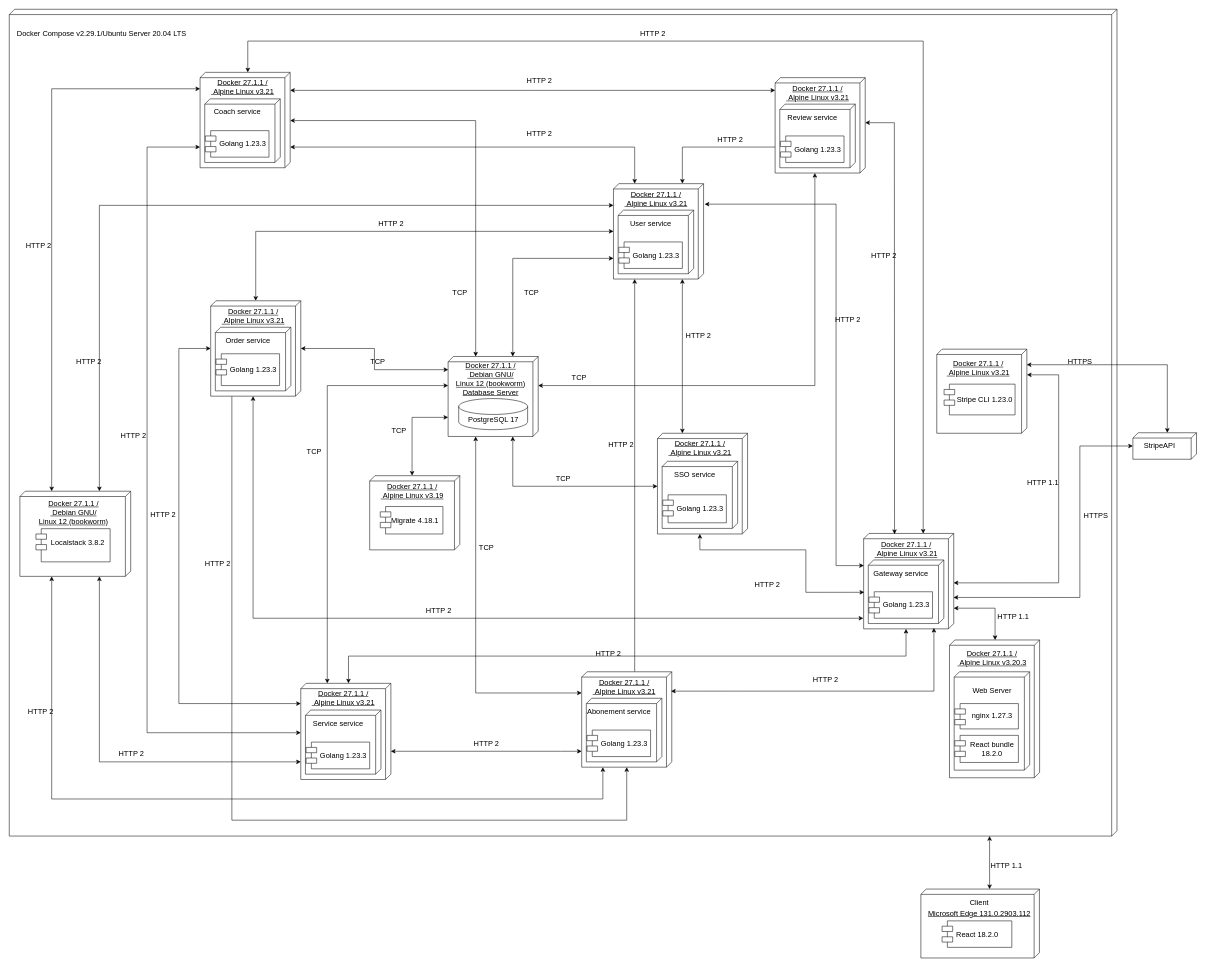
Earlier version of the draw.io diagram doc/final.drawio (DanKo-code/Fitness-Center-Mono). Source tidied: cells renumbered, new cells numbered last; positions are measured from the earlier drawing's top-left corner, leaving out a move shared by most shapes. Both pictures are drawn from the tidied source at 53%, with x=0, y=0 at pixel (9, 9).
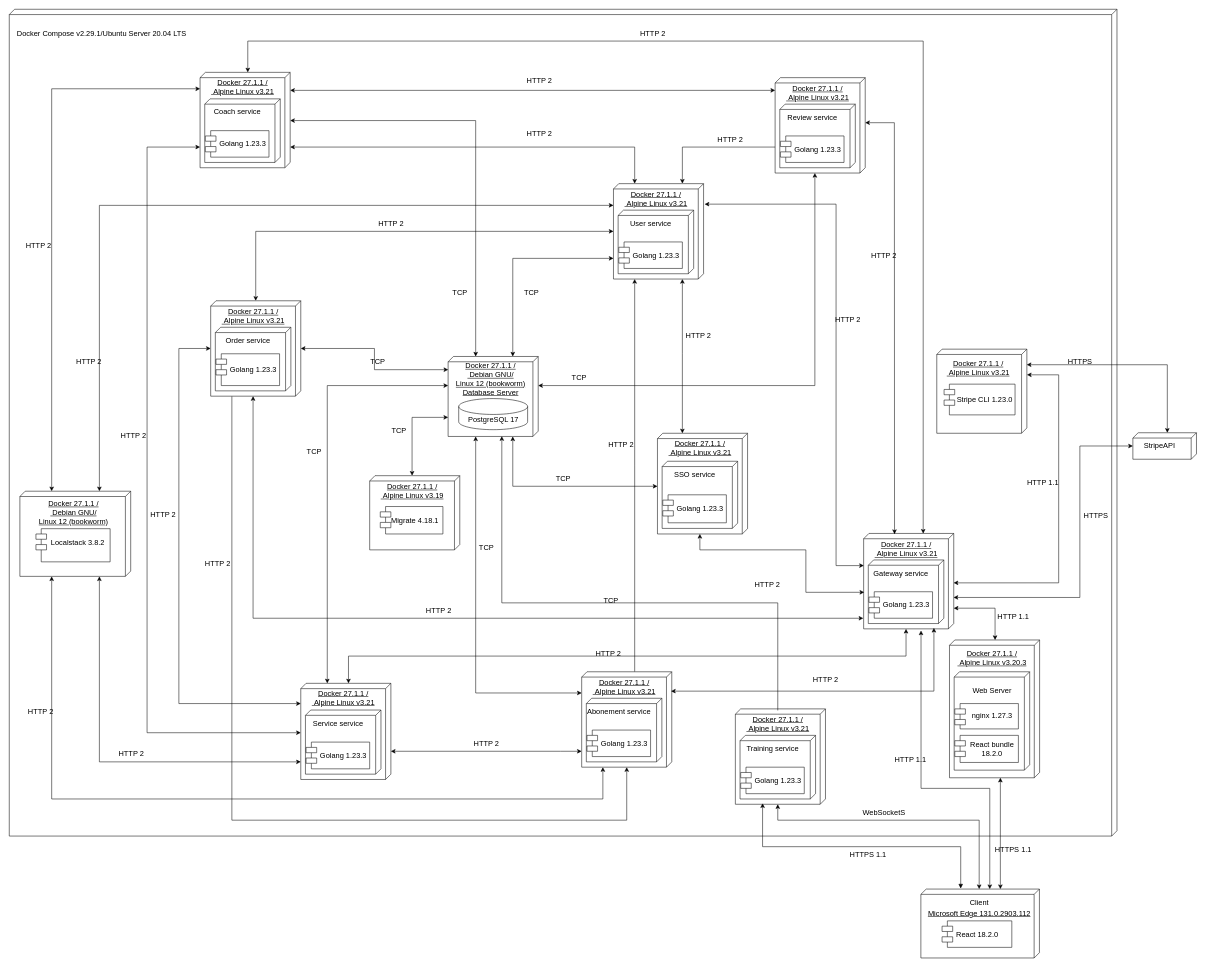
The same page after the edit.

The change refers to these unchanged cells:
```xml
<mxCell id="2" style="verticalAlign=top;align=left;spacingTop=8;spacingLeft=2;spacingRight=12;shape=cube;size=10;direction=south;fontStyle=4;html=1;whiteSpace=wrap;fontSize=14;" parent="1" vertex="1">
  <mxGeometry width="2090" height="1560" as="geometry" />
</mxCell>
<mxCell id="13" style="verticalAlign=top;align=left;spacingTop=8;spacingLeft=2;spacingRight=12;shape=cube;size=10;direction=south;fontStyle=4;html=1;whiteSpace=wrap;fontSize=14;" parent="12" vertex="1">
  <mxGeometry width="223.7" height="130" as="geometry" />
</mxCell>
<mxCell id="78" style="verticalAlign=top;align=left;spacingTop=8;spacingLeft=2;spacingRight=12;shape=cube;size=10;direction=south;fontStyle=4;html=1;whiteSpace=wrap;fontSize=14;" parent="77" vertex="1">
  <mxGeometry width="170" height="150.9" as="geometry" />
</mxCell>
<mxCell id="124" style="verticalAlign=top;align=left;spacingTop=8;spacingLeft=2;spacingRight=12;shape=cube;size=10;direction=south;fontStyle=4;html=1;whiteSpace=wrap;fontSize=14;" parent="123" vertex="1">
  <mxGeometry width="170" height="180" as="geometry" />
</mxCell>
```

The edit, as a diff of the source:
```diff
@@
-    <mxCell id="75" style="endArrow=classic;startArrow=classic;html=1;rounded=0;edgeStyle=orthogonalEdgeStyle;exitX=1;exitY=0.115;exitDx=0;exitDy=0;exitPerimeter=0;fontSize=14;" parent="1" edge="1" source="2" target="13">
+    <mxCell id="75" style="endArrow=classic;startArrow=classic;html=1;rounded=0;edgeStyle=orthogonalEdgeStyle;fontSize=14;" parent="1" edge="1" target="13">
       <mxGeometry relative="1" as="geometry">
+        <mxPoint x="1870" y="1450" as="sourcePoint" />
         <Array as="points">
-          <mxPoint x="1841" y="1780" />
-          <mxPoint x="1841" y="1780" />
+          <mxPoint x="1870" y="1450" />
         </Array>
       </mxGeometry>
     </mxCell>
@@
-    <mxCell id="173" value="&lt;span&gt;HTTP 1.1&lt;/span&gt;" style="text;html=1;align=center;verticalAlign=middle;strokeColor=none;fillColor=none;fontSize=14;" parent="1" vertex="1">
-      <mxGeometry x="1841" y="1600" width="80" height="30" as="geometry" />
+    <mxCell id="173" value="&lt;span&gt;HTTPS 1.1&lt;/span&gt;" style="text;html=1;align=center;verticalAlign=middle;strokeColor=none;fillColor=none;fontSize=14;" parent="1" vertex="1">
+      <mxGeometry x="1849" y="1570" width="90" height="30" as="geometry" />
     </mxCell>
@@
+    <mxCell id="176" style="group;fontSize=14;" parent="1" vertex="1">
+      <mxGeometry x="1370" y="1320" width="200" height="180" as="geometry" />
+    </mxCell>
+    <mxCell id="177" style="verticalAlign=top;align=left;spacingTop=8;spacingLeft=2;spacingRight=12;shape=cube;size=10;direction=south;fontStyle=4;html=1;whiteSpace=wrap;fontSize=14;" parent="176" vertex="1">
+      <mxGeometry width="170" height="180" as="geometry" />
+    </mxCell>
+    <mxCell id="178" value="&lt;font&gt;&lt;u&gt;Docker 27.1.1 /&lt;/u&gt;&lt;/font&gt;&lt;div&gt;&lt;font&gt;&lt;u&gt;&amp;nbsp;Alpine Linux v3.21&lt;/u&gt;&lt;/font&gt;&lt;/div&gt;" style="text;html=1;align=center;verticalAlign=middle;points=[];strokeColor=none;fillColor=none;fontSize=14;" parent="176" vertex="1">
+      <mxGeometry x="10" y="3" width="140" height="50" as="geometry" />
+    </mxCell>
+    <mxCell id="179" style="verticalAlign=top;align=left;spacingTop=8;spacingLeft=2;spacingRight=12;shape=cube;size=10;direction=south;fontStyle=4;html=1;whiteSpace=wrap;fontSize=14;" parent="176" vertex="1">
+      <mxGeometry x="8.8" y="50" width="142.5" height="120" as="geometry" />
+    </mxCell>
+    <mxCell id="180" value="&lt;font&gt;Training service&lt;/font&gt;" style="text;html=1;align=center;verticalAlign=middle;strokeColor=none;fillColor=none;fontSize=14;" parent="176" vertex="1">
+      <mxGeometry x="10" y="60" width="120" height="30" as="geometry" />
+    </mxCell>
+    <mxCell id="181" style="shape=module;align=left;spacingLeft=20;align=center;verticalAlign=top;whiteSpace=wrap;html=1;fontSize=14;" parent="176" vertex="1">
+      <mxGeometry x="10" y="110" width="120" height="50" as="geometry" />
+    </mxCell>
+    <mxCell id="182" value="&lt;font&gt;Golang 1.23.3&lt;/font&gt;" style="text;html=1;align=center;verticalAlign=middle;strokeColor=none;fillColor=none;fontSize=14;" parent="176" vertex="1">
+      <mxGeometry x="25" y="120" width="110" height="30" as="geometry" />
+    </mxCell>
+    <mxCell id="183" style="edgeStyle=orthogonalEdgeStyle;rounded=0;jettySize=auto;html=1;entryX=0.997;entryY=0.404;entryDx=0;entryDy=0;entryPerimeter=0;" parent="1" edge="1" source="178" target="78">
+      <mxGeometry relative="1" as="geometry">
+        <Array as="points">
+          <mxPoint x="1450" y="1120" />
+          <mxPoint x="930" y="1120" />
+          <mxPoint x="930" y="806" />
+        </Array>
+      </mxGeometry>
+    </mxCell>
+    <mxCell id="184" value="&lt;font&gt;TCP&lt;/font&gt;" style="text;html=1;align=center;verticalAlign=middle;strokeColor=none;fillColor=none;fontSize=14;" parent="1" vertex="1">
+      <mxGeometry x="1110" y="1100" width="50" height="30" as="geometry" />
+    </mxCell>
+    <mxCell id="185" value="WebSocketS" style="text;html=1;align=center;verticalAlign=middle;strokeColor=none;fillColor=none;fontSize=14;" parent="1" vertex="1">
+      <mxGeometry x="1600" y="1500" width="100" height="30" as="geometry" />
+    </mxCell>
+    <mxCell id="186" style="edgeStyle=orthogonalEdgeStyle;rounded=0;jettySize=auto;html=1;entryX=0;entryY=0;entryDx=180;entryDy=90;entryPerimeter=0;startArrow=classic;startFill=1;" parent="1" edge="1" target="177">
+      <mxGeometry relative="1" as="geometry">
+        <mxPoint x="1830" y="1660" as="sourcePoint" />
+        <Array as="points">
+          <mxPoint x="1830" y="1530" />
+          <mxPoint x="1450" y="1530" />
+        </Array>
+      </mxGeometry>
+    </mxCell>
+    <mxCell id="187" style="edgeStyle=orthogonalEdgeStyle;rounded=0;jettySize=auto;html=1;exitX=-0.008;exitY=0.664;exitDx=0;exitDy=0;exitPerimeter=0;entryX=0.99;entryY=0.698;entryDx=0;entryDy=0;entryPerimeter=0;startArrow=block;startFill=1;" parent="1" edge="1" source="13" target="177">
+      <mxGeometry relative="1" as="geometry" />
+    </mxCell>
+    <mxCell id="188" value="&lt;span&gt;HTTPS&lt;/span&gt;&lt;span style=&quot;background-color: transparent; color: light-dark(rgb(0, 0, 0), rgb(255, 255, 255));&quot;&gt;&amp;nbsp;1.1&lt;/span&gt;" style="text;html=1;align=center;verticalAlign=middle;strokeColor=none;fillColor=none;fontSize=14;" parent="1" vertex="1">
+      <mxGeometry x="1575" y="1580" width="90" height="30" as="geometry" />
+    </mxCell>
+    <mxCell id="189" style="endArrow=classic;startArrow=classic;html=1;rounded=0;entryX=1.018;entryY=0.363;entryDx=0;entryDy=0;entryPerimeter=0;edgeStyle=orthogonalEdgeStyle;" parent="1" edge="1" target="124">
+      <mxGeometry relative="1" as="geometry">
+        <mxPoint x="1850" y="1660" as="sourcePoint" />
+        <Array as="points">
+          <mxPoint x="1850" y="1660" />
+          <mxPoint x="1850" y="1470" />
+          <mxPoint x="1720" y="1470" />
+        </Array>
+      </mxGeometry>
+    </mxCell>
+    <mxCell id="190" value="&lt;span&gt;HTTP 1.1&lt;/span&gt;" style="text;html=1;align=center;verticalAlign=middle;strokeColor=none;fillColor=none;fontSize=14;" parent="1" vertex="1">
+      <mxGeometry x="1660" y="1400" width="80" height="30" as="geometry" />
+    </mxCell>
```
